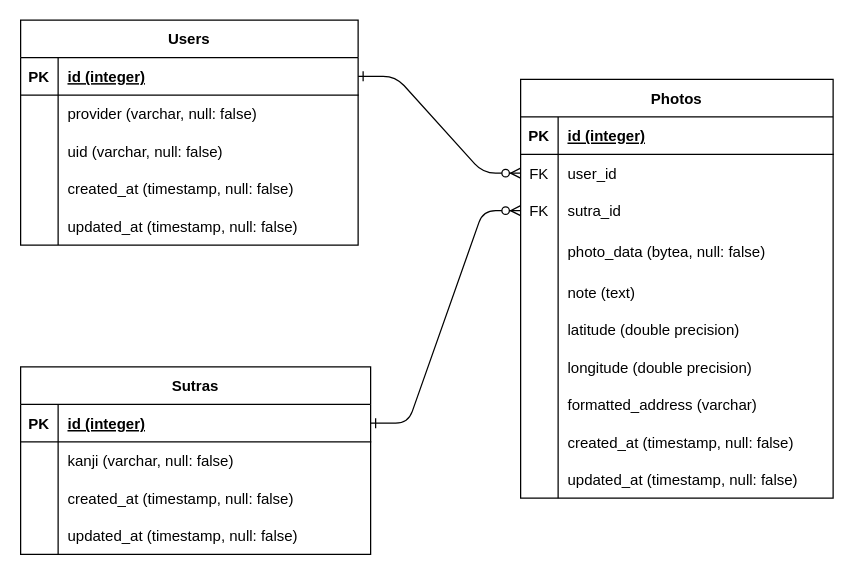
Earlier version of the draw.io diagram outdoor-heart-sutra.drawio (shirotamaki/entity-relationship-diagram). Source tidied: cells renumbered, new cells numbered last; positions are measured from the earlier drawing's top-left corner, leaving out a move shared by most shapes. Both pictures are drawn from the tidied source at 125%, with x=0, y=0 at pixel (20, 19).
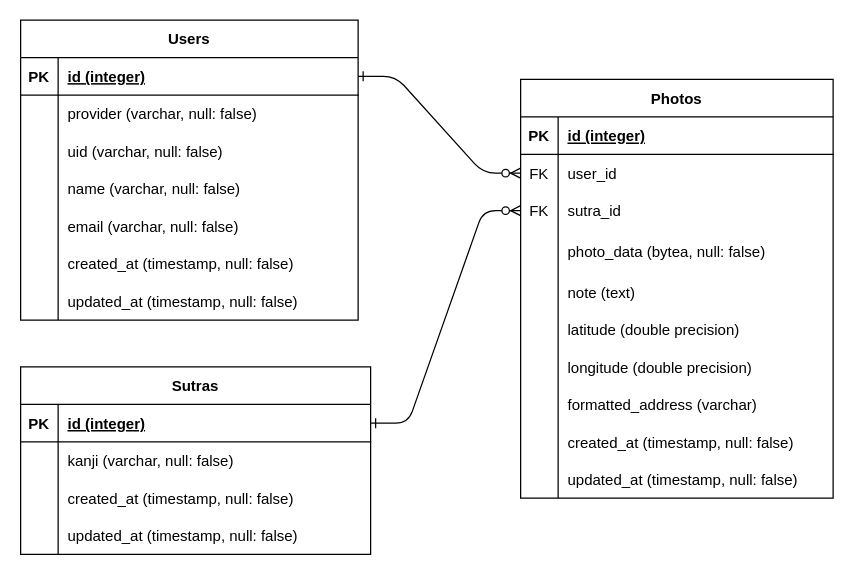
The same diagram, later.

Commit message:
outdoor-heart-sutra.drawio を更新します

The change refers to these unchanged cells:
```xml
<mxCell id="43" style="shape=partialRectangle;fillColor=none;top=0;left=0;right=0;bottom=0;" parent="33" vertex="1">
  <mxGeometry y="120" width="270" height="30" as="geometry" />
</mxCell>
<mxCell id="46" style="shape=partialRectangle;fillColor=none;top=0;left=0;right=0;bottom=0;" parent="33" vertex="1">
  <mxGeometry y="150" width="270" height="30" as="geometry" />
</mxCell>
```

What changed in the source:
```diff
@@
     <mxCell id="33" value="Users" style="shape=table;startSize=30;childLayout=tableLayout;rowLines=0;fontStyle=1;align=center;" parent="1" vertex="1">
-      <mxGeometry y="0.5" width="270" height="180" as="geometry" />
+      <mxGeometry y="0.5" width="270" height="240" as="geometry" />
     </mxCell>
@@
-    <mxCell id="45" value="created_at (timestamp, null: false)" style="shape=partialRectangle;overflow=hidden;fillColor=none;top=0;left=0;bottom=0;right=0;align=left;spacingLeft=6;" parent="43" vertex="1">
+    <mxCell id="45" value="name (varchar, null: false)" style="shape=partialRectangle;overflow=hidden;fillColor=none;top=0;left=0;bottom=0;right=0;align=left;spacingLeft=6;" parent="43" vertex="1">
       <mxGeometry x="30" width="240" height="30" as="geometry" />
     </mxCell>
@@
-    <mxCell id="48" value="updated_at (timestamp, null: false)" style="shape=partialRectangle;overflow=hidden;fillColor=none;top=0;left=0;bottom=0;right=0;align=left;spacingLeft=6;" parent="46" vertex="1">
+    <mxCell id="48" value="email (varchar, null: false)" style="shape=partialRectangle;overflow=hidden;fillColor=none;top=0;left=0;bottom=0;right=0;align=left;spacingLeft=6;" parent="46" vertex="1">
       <mxGeometry x="30" width="240" height="30" as="geometry" />
     </mxCell>
+    <mxCell id="64" style="shape=partialRectangle;fillColor=none;top=0;left=0;right=0;bottom=0;" parent="33" vertex="1">
+      <mxGeometry y="180" width="270" height="30" as="geometry" />
+    </mxCell>
+    <mxCell id="65" style="shape=partialRectangle;overflow=hidden;fillColor=none;top=0;left=0;bottom=0;right=0;" parent="64" vertex="1">
+      <mxGeometry width="30" height="30" as="geometry" />
+    </mxCell>
+    <mxCell id="66" value="created_at (timestamp, null: false)" style="shape=partialRectangle;overflow=hidden;fillColor=none;top=0;left=0;bottom=0;right=0;align=left;spacingLeft=6;" parent="64" vertex="1">
+      <mxGeometry x="30" width="240" height="30" as="geometry" />
+    </mxCell>
+    <mxCell id="67" style="shape=partialRectangle;fillColor=none;top=0;left=0;right=0;bottom=0;" parent="33" vertex="1">
+      <mxGeometry y="210" width="270" height="30" as="geometry" />
+    </mxCell>
+    <mxCell id="68" style="shape=partialRectangle;overflow=hidden;fillColor=none;top=0;left=0;bottom=0;right=0;" parent="67" vertex="1">
+      <mxGeometry width="30" height="30" as="geometry" />
+    </mxCell>
+    <mxCell id="69" value="updated_at (timestamp, null: false)" style="shape=partialRectangle;overflow=hidden;fillColor=none;top=0;left=0;bottom=0;right=0;align=left;spacingLeft=6;" parent="67" vertex="1">
+      <mxGeometry x="30" width="240" height="30" as="geometry" />
+    </mxCell>
```
